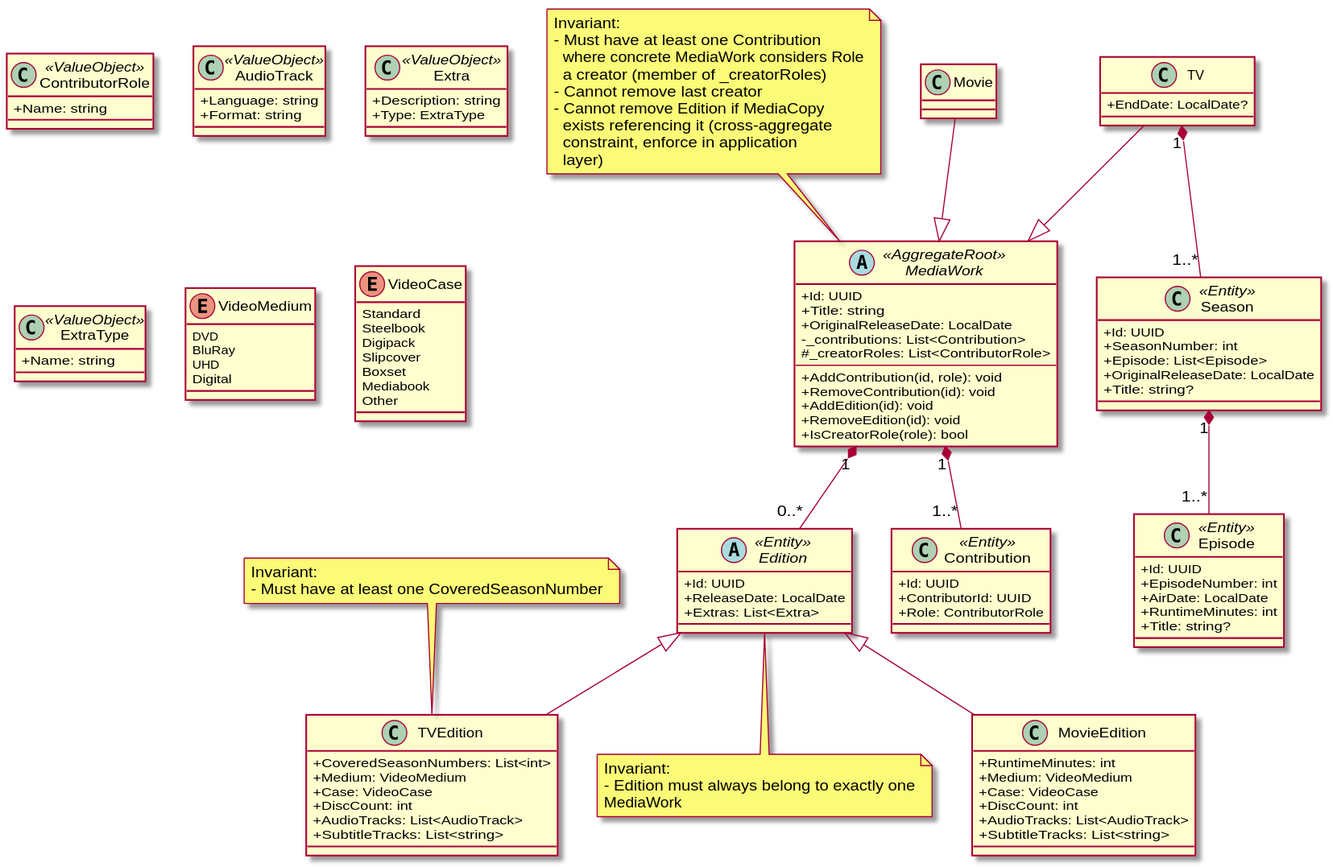
The PlantUML diagram docs/diagrams/domain/domain-media-work.svg in yantue/colleq, before a commit.
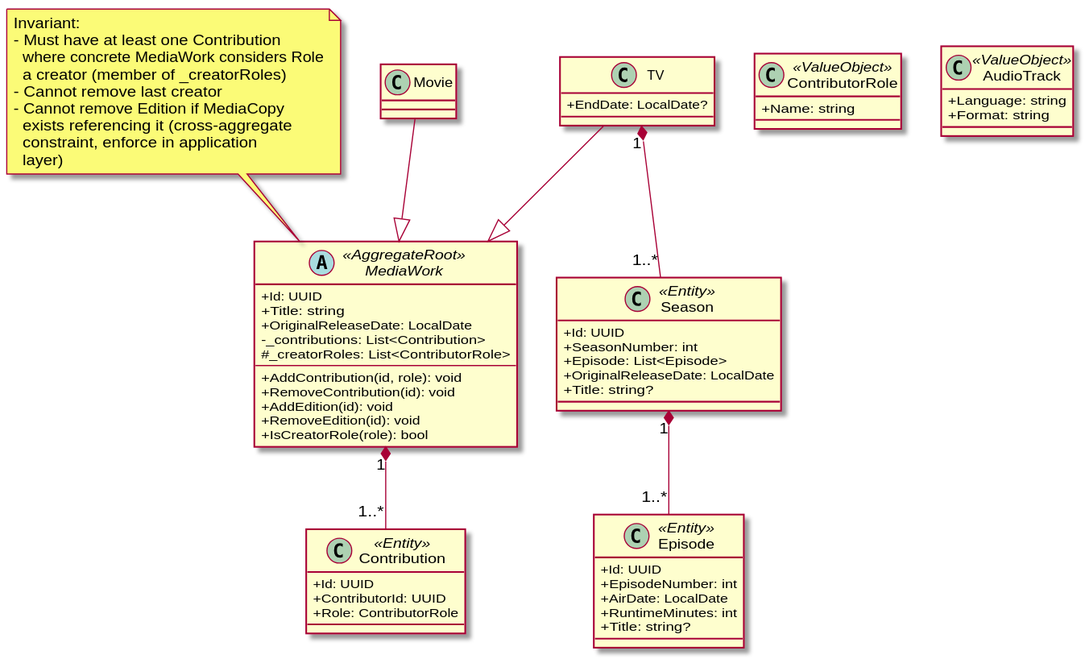
The same diagram one commit later.

What changed in the source:
```diff
@@ -27,20 +27,6 @@
   layer)
 end note
 
-abstract class Edition <<Entity>> {
-    +Id: UUID
-    +ReleaseDate: LocalDate
-    +Extras: List<Extra>
-}
-
-note bottom of Edition
-Invariant:
-- Edition must always belong to exactly one
-MediaWork
-end note
-
-MediaWork "1" *-- "0..*" Edition
-
 class Contribution <<Entity>> {
     +Id: UUID
     +ContributorId: UUID
@@ -57,38 +43,11 @@
 
 Movie --|> MediaWork
 
-class MovieEdition {
-    +RuntimeMinutes: int
-    +Medium: VideoMedium
-    +Case: VideoCase
-    +DiscCount: int
-    +AudioTracks: List<AudioTrack>
-    +SubtitleTracks: List<string>
-}
-
-Edition <|-- MovieEdition
-
 class TV {
     +EndDate: LocalDate?
 }
 
 TV --|> MediaWork
-
-class TVEdition {
-    +CoveredSeasonNumbers: List<int>
-    +Medium: VideoMedium
-    +Case: VideoCase
-    +DiscCount: int
-    +AudioTracks: List<AudioTrack>
-    +SubtitleTracks: List<string>
-}
-
-Edition <|-- TVEdition
-
-note top of TVEdition
-Invariant:
-- Must have at least one CoveredSeasonNumber
-end note
 
 class Season <<Entity>> {
     +Id: UUID
@@ -114,30 +73,4 @@
     +Format: string
 }
 
-class Extra <<ValueObject>> {
-    +Description: string
-    +Type: ExtraType
-}
-
-class ExtraType <<ValueObject>> {
-    +Name: string
-}
-
-enum VideoMedium {
-    DVD
-    BluRay
-    UHD
-    Digital
-}
-
-enum VideoCase {
-    Standard
-    Steelbook
-    Digipack
-    Slipcover
-    Boxset
-    Mediabook
-    Other
-}
-
 @enduml
```
